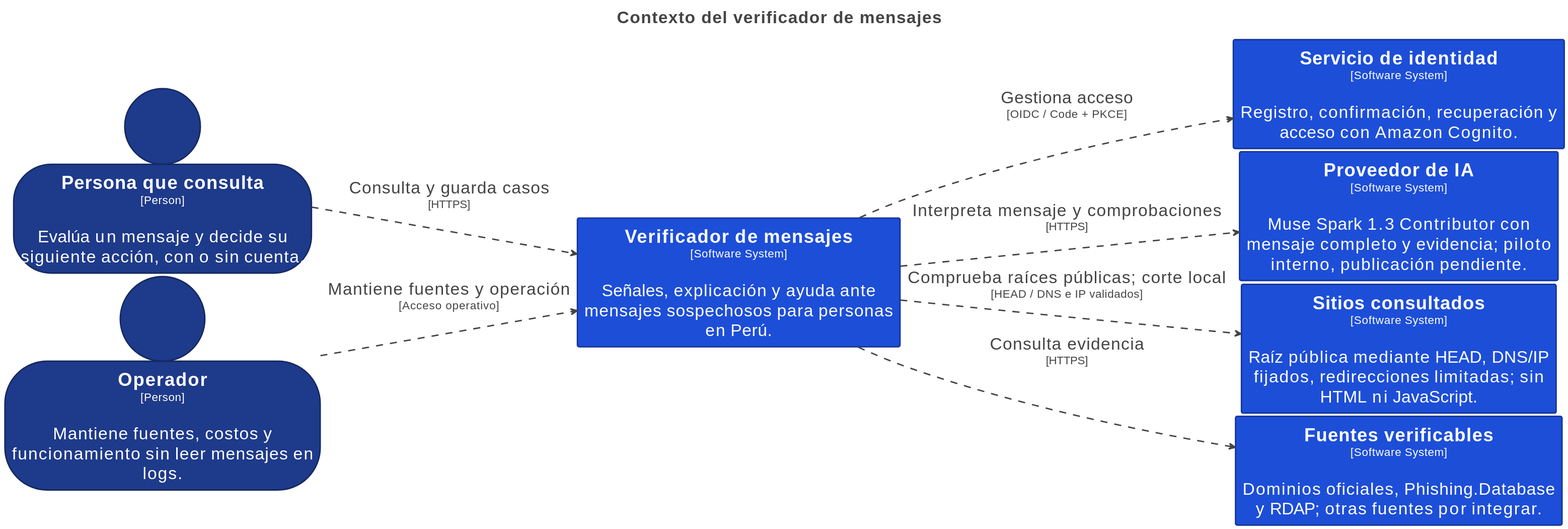
deep-skill/everyday-trust keeps this PlantUML diagram as docs/diagrams/rendered/structurizr-Context.svg. Above is the earlier version.
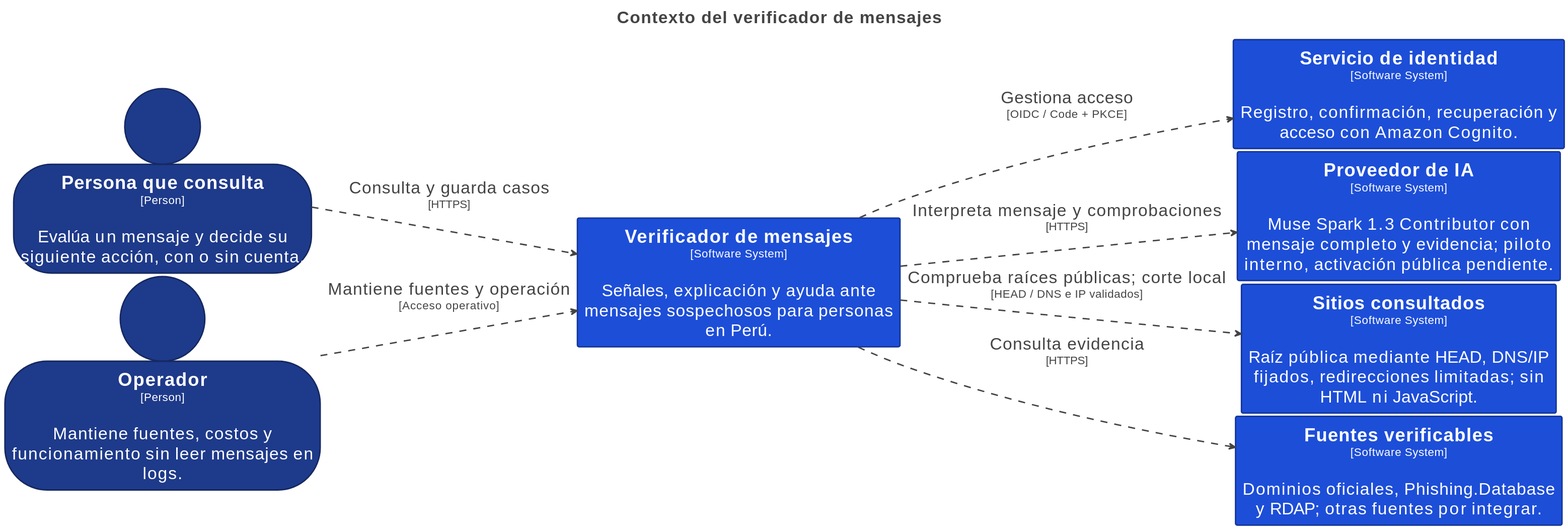
The same file after the commit.

What changed in the source:
```diff
@@ -50,7 +50,7 @@
 person "==Persona que consulta\n<size:16>[Person]</size>\n\nEvalúa un mensaje y decide su siguiente acción, con o sin cuenta." <<Element-RWxlbWVudCxQZXJzb24=>> as Personaqueconsulta
 person "==Operador\n<size:16>[Person]</size>\n\nMantiene fuentes, costos y funcionamiento sin leer mensajes en logs." <<Element-RWxlbWVudCxQZXJzb24=>> as Operador
 rectangle "==Servicio de identidad\n<size:16>[Software System]</size>\n\nRegistro, confirmación, recuperación y acceso con Amazon Cognito." <<Element-RWxlbWVudCxTb2Z0d2FyZSBTeXN0ZW0=>> as Serviciodeidentidad
-rectangle "==Proveedor de IA\n<size:16>[Software System]</size>\n\nMuse Spark 1.3 Contributor con mensaje completo y evidencia; piloto interno, publicación pendiente." <<Element-RWxlbWVudCxTb2Z0d2FyZSBTeXN0ZW0=>> as ProveedordeIA
+rectangle "==Proveedor de IA\n<size:16>[Software System]</size>\n\nMuse Spark 1.3 Contributor con mensaje completo y evidencia; piloto interno, activación pública pendiente." <<Element-RWxlbWVudCxTb2Z0d2FyZSBTeXN0ZW0=>> as ProveedordeIA
 rectangle "==Sitios consultados\n<size:16>[Software System]</size>\n\nRaíz pública mediante HEAD, DNS/IP fijados, redirecciones limitadas; sin HTML ni JavaScript." <<Element-RWxlbWVudCxTb2Z0d2FyZSBTeXN0ZW0=>> as Sitiosconsultados
 rectangle "==Fuentes verificables\n<size:16>[Software System]</size>\n\nDominios oficiales, Phishing.Database y RDAP; otras fuentes por integrar." <<Element-RWxlbWVudCxTb2Z0d2FyZSBTeXN0ZW0=>> as Fuentesverificables
 rectangle "==Verificador de mensajes\n<size:16>[Software System]</size>\n\nSeñales, explicación y ayuda ante mensajes sospechosos para personas en Perú." <<Element-RWxlbWVudCxTb2Z0d2FyZSBTeXN0ZW0=>> as Verificadordemensajes
```
